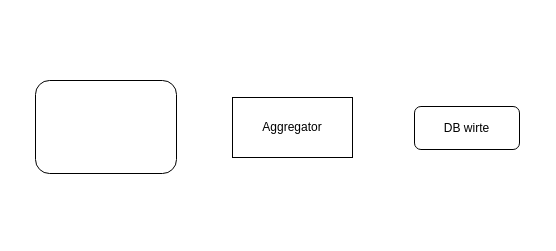
easyhaloo/config keeps this draw.io diagram as Untitled Diagram.drawio. Above is the earlier version. Source tidied: cells renumbered, new cells numbered last; positions are measured from the earlier drawing's top-left corner, leaving out a move shared by most shapes. Both pictures are drawn from the tidied source at 100%, with x=0, y=0 at pixel (35, 80).
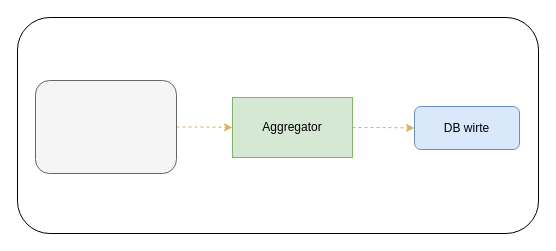
The same diagram, later.

Change to the diagram source:
```diff
@@
 <mxGraphModel>
   <root>
     <mxCell id="0" />
     <mxCell id="1" parent="0" />
+    <mxCell id="5" style="rounded=1;whiteSpace=wrap;html=1;" parent="1" vertex="1">
+      <mxGeometry x="-18" y="-63" width="521" height="216" as="geometry" />
+    </mxCell>
+    <mxCell id="6" style="edgeStyle=orthogonalEdgeStyle;rounded=0;jettySize=auto;html=1;dashed=1;fillColor=#fff2cc;strokeColor=#d6b656;" parent="1" edge="1" source="2" target="3">
+      <mxGeometry relative="1" as="geometry" />
+    </mxCell>
-    <mxCell id="2" style="rounded=1;whiteSpace=wrap;html=1;" parent="1" vertex="1">
+    <mxCell id="2" style="rounded=1;whiteSpace=wrap;html=1;fillColor=#f5f5f5;fontColor=#333333;strokeColor=#666666;" parent="1" vertex="1">
       <mxGeometry width="141" height="93" as="geometry" />
     </mxCell>
+    <mxCell id="7" style="edgeStyle=orthogonalEdgeStyle;rounded=0;jettySize=auto;html=1;dashed=1;fillColor=#fff2cc;strokeColor=#d6b656;" parent="1" edge="1" source="3" target="4">
+      <mxGeometry relative="1" as="geometry" />
+    </mxCell>
-    <mxCell id="3" value="Aggregator" style="rounded=0;whiteSpace=wrap;html=1;" parent="1" vertex="1">
+    <mxCell id="3" value="Aggregator" style="rounded=0;whiteSpace=wrap;html=1;fillColor=#d5e8d4;strokeColor=#82b366;" parent="1" vertex="1">
       <mxGeometry x="197" y="17" width="120" height="60" as="geometry" />
     </mxCell>
-    <mxCell id="4" value="DB wirte" style="rounded=1;whiteSpace=wrap;html=1;" parent="1" vertex="1">
+    <mxCell id="4" value="DB wirte" style="rounded=1;whiteSpace=wrap;html=1;fillColor=#dae8fc;strokeColor=#6c8ebf;" parent="1" vertex="1">
       <mxGeometry x="379" y="26" width="105" height="43" as="geometry" />
     </mxCell>
   </root>
 </mxGraphModel>
```
